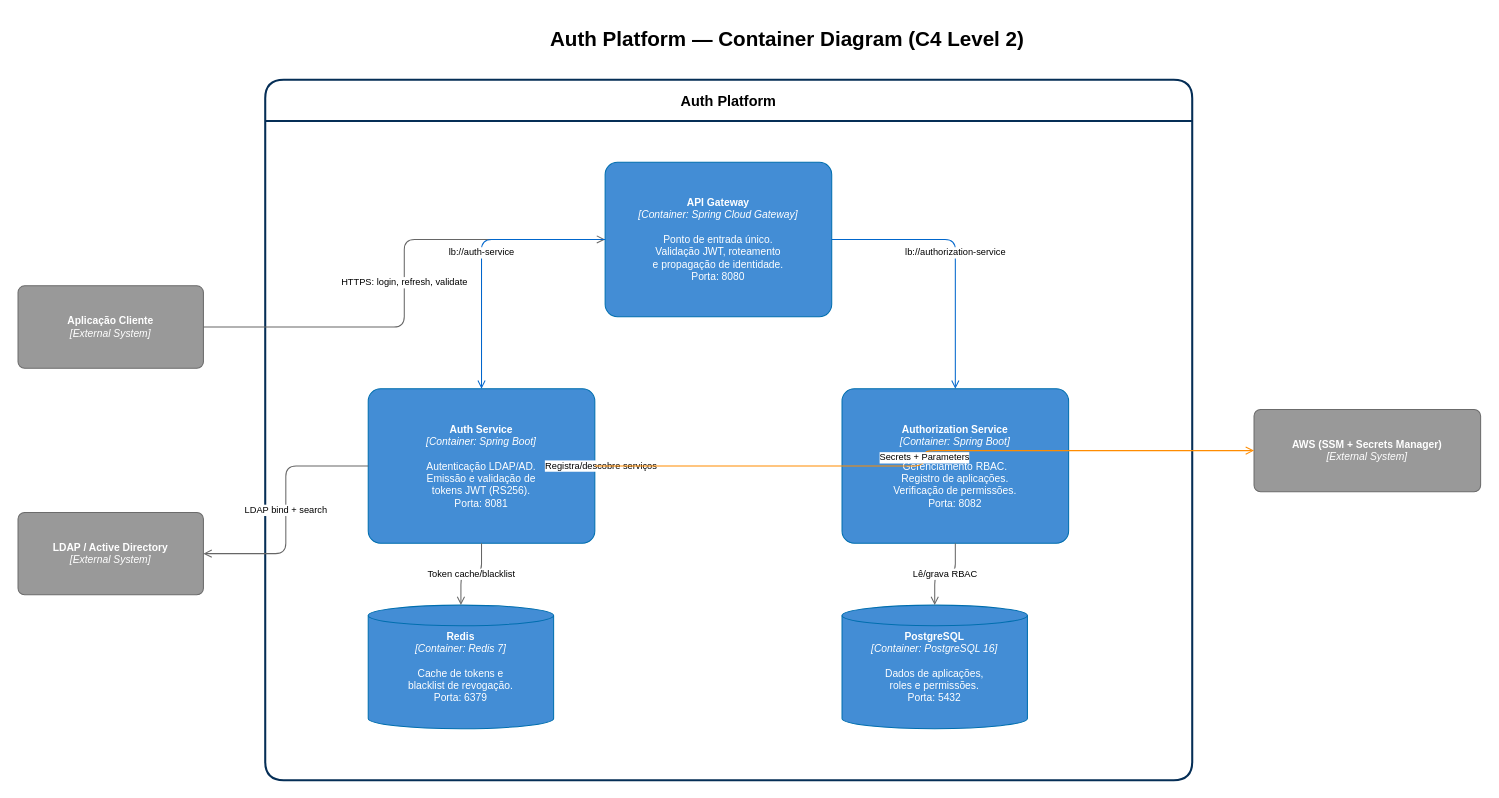
The draw.io diagram page "C4 - Level 2: Containers" (2 of 4) of docs/c4-architecture.drawio in oliveira92/auth-platform, before the edit. Source tidied: cells renumbered, new cells numbered last; positions are measured from the earlier drawing's top-left corner, leaving out a move shared by most shapes. Both pictures are drawn from the tidied source at 103%, with x=0, y=0 at pixel (18, 18).
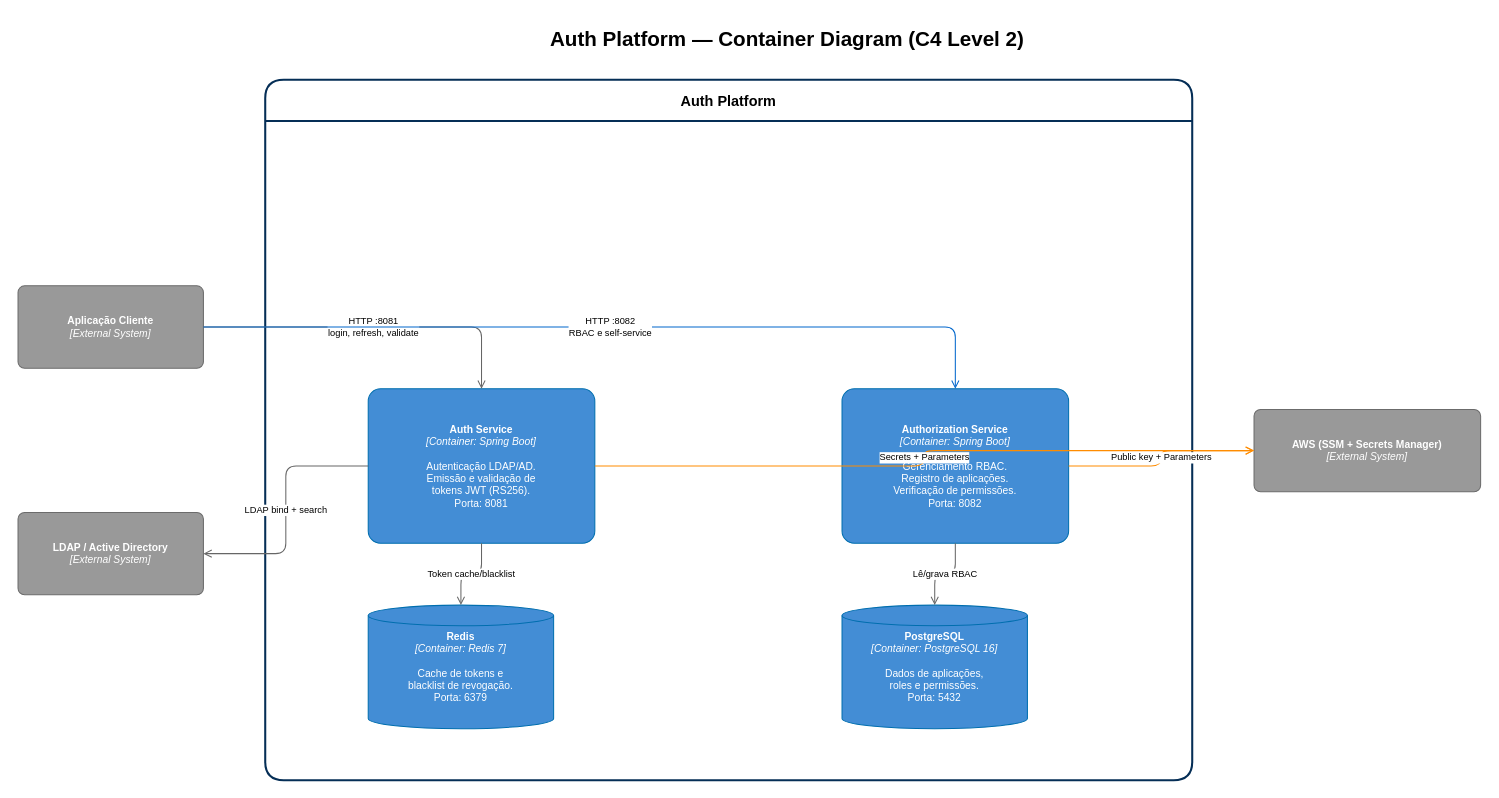
The same diagram, later.

Unchanged cells that the change refers to:
```xml
<mxCell id="3" value="Auth Platform" style="swimlane;startSize=40;fillColor=none;strokeColor=#052E56;strokeWidth=2;fontSize=14;fontStyle=1;dashed=0;rounded=1;" parent="1" vertex="1">
  <mxGeometry x="240" y="60" width="900" height="680" as="geometry" />
</mxCell>
<mxCell id="5" value="&lt;b&gt;Auth Service&lt;/b&gt;&lt;br&gt;&lt;i&gt;[Container: Spring Boot]&lt;/i&gt;&lt;br&gt;&lt;br&gt;Autenticação LDAP/AD.&lt;br&gt;Emissão e validação de&lt;br&gt;tokens JWT (RS256).&lt;br&gt;Porta: 8081" style="rounded=1;whiteSpace=wrap;html=1;arcSize=8;fillColor=#438DD5;fontColor=#ffffff;strokeColor=#006EAF;fontSize=10;" parent="3" vertex="1">
  <mxGeometry x="100" y="300" width="220" height="150" as="geometry" />
</mxCell>
<mxCell id="6" value="&lt;b&gt;Authorization Service&lt;/b&gt;&lt;br&gt;&lt;i&gt;[Container: Spring Boot]&lt;/i&gt;&lt;br&gt;&lt;br&gt;Gerenciamento RBAC.&lt;br&gt;Registro de aplicações.&lt;br&gt;Verificação de permissões.&lt;br&gt;Porta: 8082" style="rounded=1;whiteSpace=wrap;html=1;arcSize=8;fillColor=#438DD5;fontColor=#ffffff;strokeColor=#006EAF;fontSize=10;" parent="3" vertex="1">
  <mxGeometry x="560" y="300" width="220" height="150" as="geometry" />
</mxCell>
<mxCell id="10" value="&lt;b&gt;AWS (SSM + Secrets Manager)&lt;/b&gt;&lt;br&gt;&lt;i&gt;[External System]&lt;/i&gt;" style="rounded=1;whiteSpace=wrap;html=1;arcSize=8;fillColor=#999999;fontColor=#ffffff;strokeColor=#6B6B6B;fontSize=10;" parent="1" vertex="1">
  <mxGeometry x="1200" y="380" width="220" height="80" as="geometry" />
</mxCell>
<mxCell id="11" value="&lt;b&gt;Aplicação Cliente&lt;/b&gt;&lt;br&gt;&lt;i&gt;[External System]&lt;/i&gt;" style="rounded=1;whiteSpace=wrap;html=1;arcSize=8;fillColor=#999999;fontColor=#ffffff;strokeColor=#6B6B6B;fontSize=10;" parent="1" vertex="1">
  <mxGeometry y="260" width="180" height="80" as="geometry" />
</mxCell>
```

Change to the diagram source:
```diff
@@
-    <mxCell id="4" value="&lt;b&gt;API Gateway&lt;/b&gt;&lt;br&gt;&lt;i&gt;[Container: Spring Cloud Gateway]&lt;/i&gt;&lt;br&gt;&lt;br&gt;Ponto de entrada único.&lt;br&gt;Validação JWT, roteamento&lt;br&gt;e propagação de identidade.&lt;br&gt;Porta: 8080" style="rounded=1;whiteSpace=wrap;html=1;arcSize=8;fillColor=#438DD5;fontColor=#ffffff;strokeColor=#006EAF;fontSize=10;" parent="3" vertex="1">
-      <mxGeometry x="330" y="80" width="220" height="150" as="geometry" />
-    </mxCell>
@@
-    <mxCell id="12" value="HTTPS: login, refresh, validate" style="edgeStyle=orthogonalEdgeStyle;html=1;endArrow=open;endFill=0;strokeColor=#666666;fontSize=9;" parent="1" edge="1" source="11" target="4">
+    <mxCell id="12" value="HTTP :8081&lt;br&gt;login, refresh, validate" style="edgeStyle=orthogonalEdgeStyle;html=1;endArrow=open;endFill=0;strokeColor=#666666;fontSize=9;" parent="1" edge="1" source="11" target="5">
       <mxGeometry relative="1" as="geometry" />
     </mxCell>
-    <mxCell id="13" value="lb://auth-service" style="edgeStyle=orthogonalEdgeStyle;html=1;endArrow=open;endFill=0;strokeColor=#0066CC;fontSize=9;" parent="1" edge="1" source="4" target="5">
+    <mxCell id="13" value="HTTP :8082&lt;br&gt;RBAC e self-service" style="edgeStyle=orthogonalEdgeStyle;html=1;endArrow=open;endFill=0;strokeColor=#0066CC;fontSize=9;" parent="1" edge="1" source="11" target="6">
       <mxGeometry relative="1" as="geometry" />
     </mxCell>
-    <mxCell id="14" value="lb://authorization-service" style="edgeStyle=orthogonalEdgeStyle;html=1;endArrow=open;endFill=0;strokeColor=#0066CC;fontSize=9;" parent="1" edge="1" source="4" target="6">
-      <mxGeometry relative="1" as="geometry" />
-    </mxCell>
-    <mxCell id="15" value="Registra/descobre serviços" style="edgeStyle=orthogonalEdgeStyle;html=1;endArrow=open;endFill=0;strokeColor=#333333;fontSize=9;dashed=1;" parent="1" edge="1" source="5">
-      <mxGeometry relative="1" as="geometry">
-        <mxPoint x="570" y="435" as="targetPoint" />
-      </mxGeometry>
-    </mxCell>
@@
+    <mxCell id="20" value="Public key + Parameters" style="edgeStyle=orthogonalEdgeStyle;html=1;endArrow=open;endFill=0;strokeColor=#FF8C00;fontSize=9;" parent="1" edge="1" source="6" target="10">
+      <mxGeometry relative="1" as="geometry" />
+    </mxCell>
```
